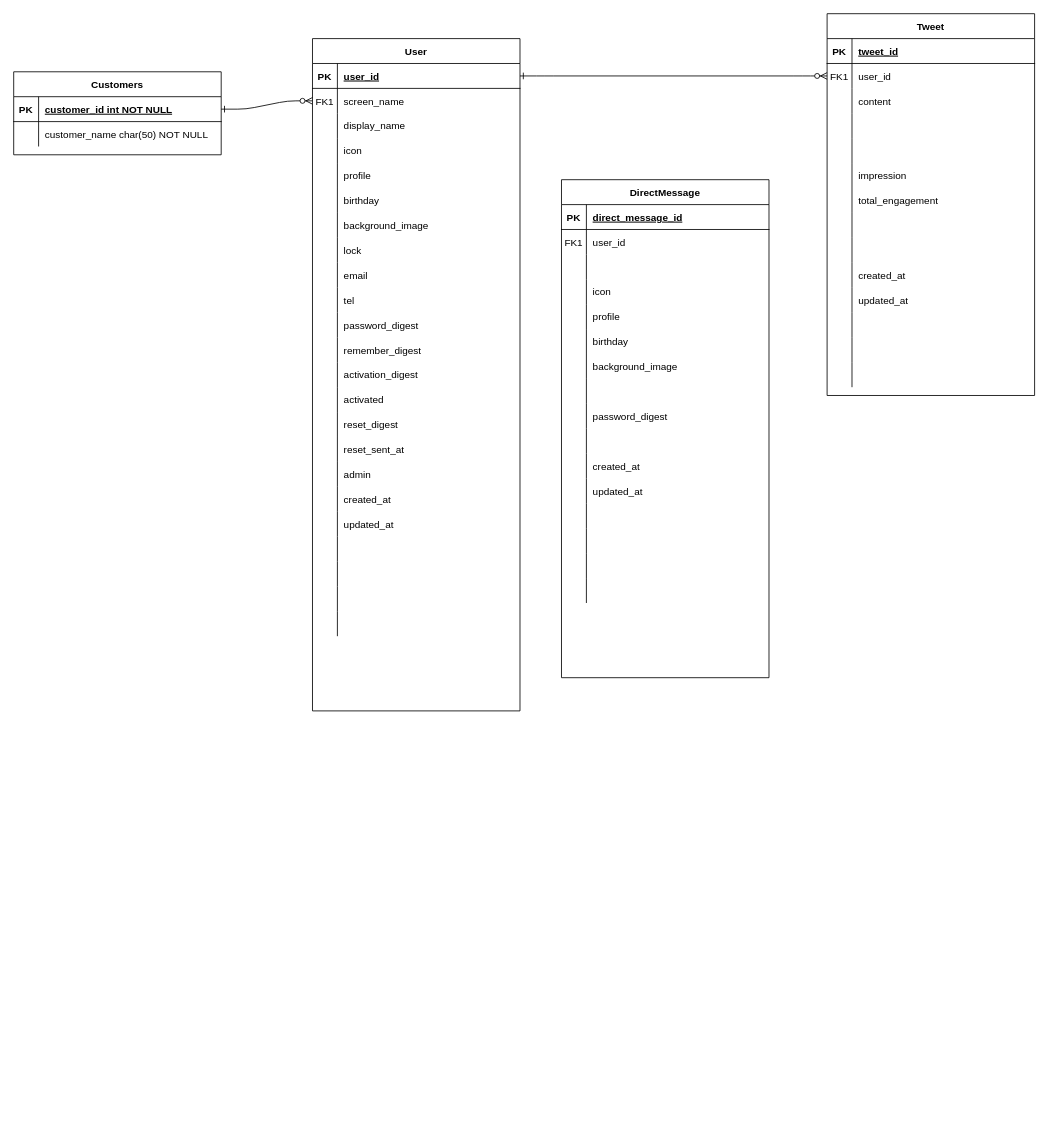
Above: twitter.drawio in universato/boot (draw.io), before the change. Source tidied: cells renumbered, new cells numbered last; positions are measured from the earlier drawing's top-left corner, leaving out a move shared by most shapes. Both pictures are drawn from the tidied source at 83%, with x=0, y=0 at pixel (13, 13).
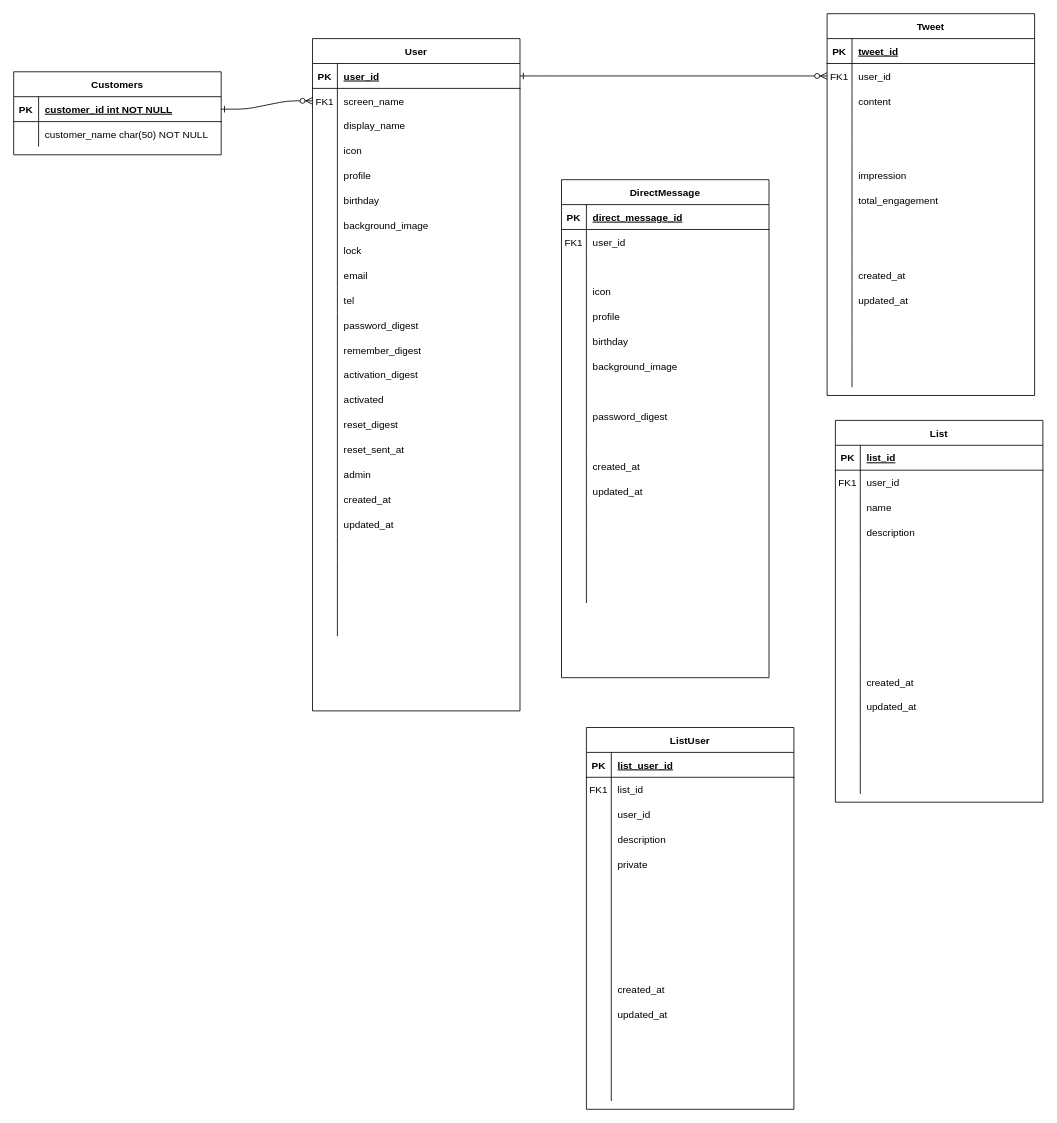
Above is the later version.

Commit message:
Update twitter.drawio about list

Change to the diagram source:
```diff
@@
+    <mxCell id="173" value="List" style="shape=table;startSize=30;childLayout=tableLayout;rowLines=0;fontStyle=1;align=center;" parent="1" vertex="1">
+      <mxGeometry x="990" y="490" width="250" height="460" as="geometry" />
+    </mxCell>
+    <mxCell id="174" style="shape=partialRectangle;fillColor=none;top=0;left=0;right=0;bottom=1;" parent="173" vertex="1">
+      <mxGeometry y="30" width="250" height="30" as="geometry" />
+    </mxCell>
+    <mxCell id="175" value="PK" style="shape=partialRectangle;overflow=hidden;fillColor=none;top=0;left=0;bottom=0;right=0;fontStyle=1;" parent="174" vertex="1">
+      <mxGeometry width="30" height="30" as="geometry" />
+    </mxCell>
+    <mxCell id="176" value="list_id" style="shape=partialRectangle;overflow=hidden;fillColor=none;top=0;left=0;bottom=0;right=0;align=left;spacingLeft=6;fontStyle=5;" parent="174" vertex="1">
+      <mxGeometry x="30" width="220" height="30" as="geometry" />
+    </mxCell>
+    <mxCell id="177" style="shape=partialRectangle;fillColor=none;top=0;left=0;right=0;bottom=0;" parent="173" vertex="1">
+      <mxGeometry y="60" width="250" height="30" as="geometry" />
+    </mxCell>
+    <mxCell id="178" value="FK1" style="shape=partialRectangle;overflow=hidden;fillColor=none;top=0;left=0;bottom=0;right=0;" parent="177" vertex="1">
+      <mxGeometry width="30" height="30" as="geometry" />
+    </mxCell>
+    <mxCell id="179" value="user_id" style="shape=partialRectangle;overflow=hidden;fillColor=none;top=0;left=0;bottom=0;right=0;align=left;spacingLeft=6;" parent="177" vertex="1">
+      <mxGeometry x="30" width="220" height="30" as="geometry" />
+    </mxCell>
+    <mxCell id="180" style="shape=partialRectangle;fillColor=none;top=0;left=0;right=0;bottom=0;" parent="173" vertex="1">
+      <mxGeometry y="90" width="250" height="30" as="geometry" />
+    </mxCell>
+    <mxCell id="181" style="shape=partialRectangle;overflow=hidden;fillColor=none;top=0;left=0;bottom=0;right=0;" parent="180" vertex="1">
+      <mxGeometry width="30" height="30" as="geometry" />
+    </mxCell>
+    <mxCell id="182" value="name" style="shape=partialRectangle;overflow=hidden;fillColor=none;top=0;left=0;bottom=0;right=0;align=left;spacingLeft=6;" parent="180" vertex="1">
+      <mxGeometry x="30" width="220" height="30" as="geometry" />
+    </mxCell>
+    <mxCell id="183" style="shape=partialRectangle;fillColor=none;top=0;left=0;right=0;bottom=0;" parent="173" vertex="1">
+      <mxGeometry y="120" width="250" height="30" as="geometry" />
+    </mxCell>
+    <mxCell id="184" style="shape=partialRectangle;overflow=hidden;fillColor=none;top=0;left=0;bottom=0;right=0;" parent="183" vertex="1">
+      <mxGeometry width="30" height="30" as="geometry" />
+    </mxCell>
+    <mxCell id="185" value="description" style="shape=partialRectangle;overflow=hidden;fillColor=none;top=0;left=0;bottom=0;right=0;align=left;spacingLeft=6;" parent="183" vertex="1">
+      <mxGeometry x="30" width="220" height="30" as="geometry" />
+    </mxCell>
+    <mxCell id="186" style="shape=partialRectangle;fillColor=none;top=0;left=0;right=0;bottom=0;" parent="173" vertex="1">
+      <mxGeometry y="150" width="250" height="30" as="geometry" />
+    </mxCell>
+    <mxCell id="187" style="shape=partialRectangle;overflow=hidden;fillColor=none;top=0;left=0;bottom=0;right=0;" parent="186" vertex="1">
+      <mxGeometry width="30" height="30" as="geometry" />
+    </mxCell>
+    <mxCell id="188" style="shape=partialRectangle;overflow=hidden;fillColor=none;top=0;left=0;bottom=0;right=0;align=left;spacingLeft=6;" parent="186" vertex="1">
+      <mxGeometry x="30" width="220" height="30" as="geometry" />
+    </mxCell>
+    <mxCell id="189" style="shape=partialRectangle;fillColor=none;top=0;left=0;right=0;bottom=0;" parent="173" vertex="1">
+      <mxGeometry y="180" width="250" height="30" as="geometry" />
+    </mxCell>
+    <mxCell id="190" style="shape=partialRectangle;overflow=hidden;fillColor=none;top=0;left=0;bottom=0;right=0;" parent="189" vertex="1">
+      <mxGeometry width="30" height="30" as="geometry" />
+    </mxCell>
+    <mxCell id="191" style="shape=partialRectangle;overflow=hidden;fillColor=none;top=0;left=0;bottom=0;right=0;align=left;spacingLeft=6;" parent="189" vertex="1">
+      <mxGeometry x="30" width="220" height="30" as="geometry" />
+    </mxCell>
+    <mxCell id="192" style="shape=partialRectangle;fillColor=none;top=0;left=0;right=0;bottom=0;" parent="173" vertex="1">
+      <mxGeometry y="210" width="250" height="30" as="geometry" />
+    </mxCell>
+    <mxCell id="193" style="shape=partialRectangle;overflow=hidden;fillColor=none;top=0;left=0;bottom=0;right=0;" parent="192" vertex="1">
+      <mxGeometry width="30" height="30" as="geometry" />
+    </mxCell>
+    <mxCell id="194" style="shape=partialRectangle;overflow=hidden;fillColor=none;top=0;left=0;bottom=0;right=0;align=left;spacingLeft=6;" parent="192" vertex="1">
+      <mxGeometry x="30" width="220" height="30" as="geometry" />
+    </mxCell>
+    <mxCell id="195" style="shape=partialRectangle;fillColor=none;top=0;left=0;right=0;bottom=0;" parent="173" vertex="1">
+      <mxGeometry y="240" width="250" height="30" as="geometry" />
+    </mxCell>
+    <mxCell id="196" style="shape=partialRectangle;overflow=hidden;fillColor=none;top=0;left=0;bottom=0;right=0;" parent="195" vertex="1">
+      <mxGeometry width="30" height="30" as="geometry" />
+    </mxCell>
+    <mxCell id="197" style="shape=partialRectangle;overflow=hidden;fillColor=none;top=0;left=0;bottom=0;right=0;align=left;spacingLeft=6;" parent="195" vertex="1">
+      <mxGeometry x="30" width="220" height="30" as="geometry" />
+    </mxCell>
+    <mxCell id="198" style="shape=partialRectangle;fillColor=none;top=0;left=0;right=0;bottom=0;" parent="173" vertex="1">
+      <mxGeometry y="270" width="250" height="30" as="geometry" />
+    </mxCell>
+    <mxCell id="199" style="shape=partialRectangle;overflow=hidden;fillColor=none;top=0;left=0;bottom=0;right=0;" parent="198" vertex="1">
+      <mxGeometry width="30" height="30" as="geometry" />
+    </mxCell>
+    <mxCell id="200" style="shape=partialRectangle;overflow=hidden;fillColor=none;top=0;left=0;bottom=0;right=0;align=left;spacingLeft=6;" parent="198" vertex="1">
+      <mxGeometry x="30" width="220" height="30" as="geometry" />
+    </mxCell>
+    <mxCell id="201" style="shape=partialRectangle;fillColor=none;top=0;left=0;right=0;bottom=0;" parent="173" vertex="1">
+      <mxGeometry y="300" width="250" height="30" as="geometry" />
+    </mxCell>
+    <mxCell id="202" style="shape=partialRectangle;overflow=hidden;fillColor=none;top=0;left=0;bottom=0;right=0;" parent="201" vertex="1">
+      <mxGeometry width="30" height="30" as="geometry" />
+    </mxCell>
+    <mxCell id="203" value="created_at" style="shape=partialRectangle;overflow=hidden;fillColor=none;top=0;left=0;bottom=0;right=0;align=left;spacingLeft=6;" parent="201" vertex="1">
+      <mxGeometry x="30" width="220" height="30" as="geometry" />
+    </mxCell>
+    <mxCell id="204" style="shape=partialRectangle;fillColor=none;top=0;left=0;right=0;bottom=0;" parent="173" vertex="1">
+      <mxGeometry y="330" width="250" height="30" as="geometry" />
+    </mxCell>
+    <mxCell id="205" style="shape=partialRectangle;overflow=hidden;fillColor=none;top=0;left=0;bottom=0;right=0;" parent="204" vertex="1">
+      <mxGeometry width="30" height="30" as="geometry" />
+    </mxCell>
+    <mxCell id="206" value="updated_at" style="shape=partialRectangle;overflow=hidden;fillColor=none;top=0;left=0;bottom=0;right=0;align=left;spacingLeft=6;" parent="204" vertex="1">
+      <mxGeometry x="30" width="220" height="30" as="geometry" />
+    </mxCell>
+    <mxCell id="207" style="shape=partialRectangle;fillColor=none;top=0;left=0;right=0;bottom=0;" parent="173" vertex="1">
+      <mxGeometry y="360" width="250" height="30" as="geometry" />
+    </mxCell>
+    <mxCell id="208" style="shape=partialRectangle;overflow=hidden;fillColor=none;top=0;left=0;bottom=0;right=0;" parent="207" vertex="1">
+      <mxGeometry width="30" height="30" as="geometry" />
+    </mxCell>
+    <mxCell id="209" style="shape=partialRectangle;overflow=hidden;fillColor=none;top=0;left=0;bottom=0;right=0;align=left;spacingLeft=6;" parent="207" vertex="1">
+      <mxGeometry x="30" width="220" height="30" as="geometry" />
+    </mxCell>
+    <mxCell id="210" style="shape=partialRectangle;fillColor=none;top=0;left=0;right=0;bottom=0;" parent="173" vertex="1">
+      <mxGeometry y="390" width="250" height="30" as="geometry" />
+    </mxCell>
+    <mxCell id="211" style="shape=partialRectangle;overflow=hidden;fillColor=none;top=0;left=0;bottom=0;right=0;" parent="210" vertex="1">
+      <mxGeometry width="30" height="30" as="geometry" />
+    </mxCell>
+    <mxCell id="212" style="shape=partialRectangle;overflow=hidden;fillColor=none;top=0;left=0;bottom=0;right=0;align=left;spacingLeft=6;" parent="210" vertex="1">
+      <mxGeometry x="30" width="220" height="30" as="geometry" />
+    </mxCell>
+    <mxCell id="213" style="shape=partialRectangle;fillColor=none;top=0;left=0;right=0;bottom=0;" parent="173" vertex="1">
+      <mxGeometry y="420" width="250" height="30" as="geometry" />
+    </mxCell>
+    <mxCell id="214" style="shape=partialRectangle;overflow=hidden;fillColor=none;top=0;left=0;bottom=0;right=0;" parent="213" vertex="1">
+      <mxGeometry width="30" height="30" as="geometry" />
+    </mxCell>
+    <mxCell id="215" style="shape=partialRectangle;overflow=hidden;fillColor=none;top=0;left=0;bottom=0;right=0;align=left;spacingLeft=6;" parent="213" vertex="1">
+      <mxGeometry x="30" width="220" height="30" as="geometry" />
+    </mxCell>
+    <mxCell id="216" value="ListUser" style="shape=table;startSize=30;childLayout=tableLayout;rowLines=0;fontStyle=1;align=center;" parent="1" vertex="1">
+      <mxGeometry x="690" y="860" width="250" height="460" as="geometry" />
+    </mxCell>
+    <mxCell id="217" style="shape=partialRectangle;fillColor=none;top=0;left=0;right=0;bottom=1;" parent="216" vertex="1">
+      <mxGeometry y="30" width="250" height="30" as="geometry" />
+    </mxCell>
+    <mxCell id="218" value="PK" style="shape=partialRectangle;overflow=hidden;fillColor=none;top=0;left=0;bottom=0;right=0;fontStyle=1;" parent="217" vertex="1">
+      <mxGeometry width="30" height="30" as="geometry" />
+    </mxCell>
+    <mxCell id="219" value="list_user_id" style="shape=partialRectangle;overflow=hidden;fillColor=none;top=0;left=0;bottom=0;right=0;align=left;spacingLeft=6;fontStyle=5;" parent="217" vertex="1">
+      <mxGeometry x="30" width="220" height="30" as="geometry" />
+    </mxCell>
+    <mxCell id="220" style="shape=partialRectangle;fillColor=none;top=0;left=0;right=0;bottom=0;" parent="216" vertex="1">
+      <mxGeometry y="60" width="250" height="30" as="geometry" />
+    </mxCell>
+    <mxCell id="221" value="FK1" style="shape=partialRectangle;overflow=hidden;fillColor=none;top=0;left=0;bottom=0;right=0;" parent="220" vertex="1">
+      <mxGeometry width="30" height="30" as="geometry" />
+    </mxCell>
+    <mxCell id="222" value="list_id" style="shape=partialRectangle;overflow=hidden;fillColor=none;top=0;left=0;bottom=0;right=0;align=left;spacingLeft=6;" parent="220" vertex="1">
+      <mxGeometry x="30" width="220" height="30" as="geometry" />
+    </mxCell>
+    <mxCell id="223" style="shape=partialRectangle;fillColor=none;top=0;left=0;right=0;bottom=0;" parent="216" vertex="1">
+      <mxGeometry y="90" width="250" height="30" as="geometry" />
+    </mxCell>
+    <mxCell id="224" style="shape=partialRectangle;overflow=hidden;fillColor=none;top=0;left=0;bottom=0;right=0;" parent="223" vertex="1">
+      <mxGeometry width="30" height="30" as="geometry" />
+    </mxCell>
+    <mxCell id="225" value="user_id" style="shape=partialRectangle;overflow=hidden;fillColor=none;top=0;left=0;bottom=0;right=0;align=left;spacingLeft=6;" parent="223" vertex="1">
+      <mxGeometry x="30" width="220" height="30" as="geometry" />
+    </mxCell>
+    <mxCell id="226" style="shape=partialRectangle;fillColor=none;top=0;left=0;right=0;bottom=0;" parent="216" vertex="1">
+      <mxGeometry y="120" width="250" height="30" as="geometry" />
+    </mxCell>
+    <mxCell id="227" style="shape=partialRectangle;overflow=hidden;fillColor=none;top=0;left=0;bottom=0;right=0;" parent="226" vertex="1">
+      <mxGeometry width="30" height="30" as="geometry" />
+    </mxCell>
+    <mxCell id="228" value="description" style="shape=partialRectangle;overflow=hidden;fillColor=none;top=0;left=0;bottom=0;right=0;align=left;spacingLeft=6;" parent="226" vertex="1">
+      <mxGeometry x="30" width="220" height="30" as="geometry" />
+    </mxCell>
+    <mxCell id="229" style="shape=partialRectangle;fillColor=none;top=0;left=0;right=0;bottom=0;" parent="216" vertex="1">
+      <mxGeometry y="150" width="250" height="30" as="geometry" />
+    </mxCell>
+    <mxCell id="230" style="shape=partialRectangle;overflow=hidden;fillColor=none;top=0;left=0;bottom=0;right=0;" parent="229" vertex="1">
+      <mxGeometry width="30" height="30" as="geometry" />
+    </mxCell>
+    <mxCell id="231" value="private" style="shape=partialRectangle;overflow=hidden;fillColor=none;top=0;left=0;bottom=0;right=0;align=left;spacingLeft=6;" parent="229" vertex="1">
+      <mxGeometry x="30" width="220" height="30" as="geometry" />
+    </mxCell>
+    <mxCell id="232" style="shape=partialRectangle;fillColor=none;top=0;left=0;right=0;bottom=0;" parent="216" vertex="1">
+      <mxGeometry y="180" width="250" height="30" as="geometry" />
+    </mxCell>
+    <mxCell id="233" style="shape=partialRectangle;overflow=hidden;fillColor=none;top=0;left=0;bottom=0;right=0;" parent="232" vertex="1">
+      <mxGeometry width="30" height="30" as="geometry" />
+    </mxCell>
+    <mxCell id="234" style="shape=partialRectangle;overflow=hidden;fillColor=none;top=0;left=0;bottom=0;right=0;align=left;spacingLeft=6;" parent="232" vertex="1">
+      <mxGeometry x="30" width="220" height="30" as="geometry" />
+    </mxCell>
+    <mxCell id="235" style="shape=partialRectangle;fillColor=none;top=0;left=0;right=0;bottom=0;" parent="216" vertex="1">
+      <mxGeometry y="210" width="250" height="30" as="geometry" />
+    </mxCell>
+    <mxCell id="236" style="shape=partialRectangle;overflow=hidden;fillColor=none;top=0;left=0;bottom=0;right=0;" parent="235" vertex="1">
+      <mxGeometry width="30" height="30" as="geometry" />
+    </mxCell>
+    <mxCell id="237" style="shape=partialRectangle;overflow=hidden;fillColor=none;top=0;left=0;bottom=0;right=0;align=left;spacingLeft=6;" parent="235" vertex="1">
+      <mxGeometry x="30" width="220" height="30" as="geometry" />
+    </mxCell>
+    <mxCell id="238" style="shape=partialRectangle;fillColor=none;top=0;left=0;right=0;bottom=0;" parent="216" vertex="1">
+      <mxGeometry y="240" width="250" height="30" as="geometry" />
+    </mxCell>
+    <mxCell id="239" style="shape=partialRectangle;overflow=hidden;fillColor=none;top=0;left=0;bottom=0;right=0;" parent="238" vertex="1">
+      <mxGeometry width="30" height="30" as="geometry" />
+    </mxCell>
+    <mxCell id="240" style="shape=partialRectangle;overflow=hidden;fillColor=none;top=0;left=0;bottom=0;right=0;align=left;spacingLeft=6;" parent="238" vertex="1">
+      <mxGeometry x="30" width="220" height="30" as="geometry" />
+    </mxCell>
+    <mxCell id="241" style="shape=partialRectangle;fillColor=none;top=0;left=0;right=0;bottom=0;" parent="216" vertex="1">
+      <mxGeometry y="270" width="250" height="30" as="geometry" />
+    </mxCell>
+    <mxCell id="242" style="shape=partialRectangle;overflow=hidden;fillColor=none;top=0;left=0;bottom=0;right=0;" parent="241" vertex="1">
+      <mxGeometry width="30" height="30" as="geometry" />
+    </mxCell>
+    <mxCell id="243" style="shape=partialRectangle;overflow=hidden;fillColor=none;top=0;left=0;bottom=0;right=0;align=left;spacingLeft=6;" parent="241" vertex="1">
+      <mxGeometry x="30" width="220" height="30" as="geometry" />
+    </mxCell>
+    <mxCell id="244" style="shape=partialRectangle;fillColor=none;top=0;left=0;right=0;bottom=0;" parent="216" vertex="1">
+      <mxGeometry y="300" width="250" height="30" as="geometry" />
+    </mxCell>
+    <mxCell id="245" style="shape=partialRectangle;overflow=hidden;fillColor=none;top=0;left=0;bottom=0;right=0;" parent="244" vertex="1">
+      <mxGeometry width="30" height="30" as="geometry" />
+    </mxCell>
+    <mxCell id="246" value="created_at" style="shape=partialRectangle;overflow=hidden;fillColor=none;top=0;left=0;bottom=0;right=0;align=left;spacingLeft=6;" parent="244" vertex="1">
+      <mxGeometry x="30" width="220" height="30" as="geometry" />
+    </mxCell>
+    <mxCell id="247" style="shape=partialRectangle;fillColor=none;top=0;left=0;right=0;bottom=0;" parent="216" vertex="1">
+      <mxGeometry y="330" width="250" height="30" as="geometry" />
+    </mxCell>
+    <mxCell id="248" style="shape=partialRectangle;overflow=hidden;fillColor=none;top=0;left=0;bottom=0;right=0;" parent="247" vertex="1">
+      <mxGeometry width="30" height="30" as="geometry" />
+    </mxCell>
+    <mxCell id="249" value="updated_at" style="shape=partialRectangle;overflow=hidden;fillColor=none;top=0;left=0;bottom=0;right=0;align=left;spacingLeft=6;" parent="247" vertex="1">
+      <mxGeometry x="30" width="220" height="30" as="geometry" />
+    </mxCell>
+    <mxCell id="250" style="shape=partialRectangle;fillColor=none;top=0;left=0;right=0;bottom=0;" parent="216" vertex="1">
+      <mxGeometry y="360" width="250" height="30" as="geometry" />
+    </mxCell>
+    <mxCell id="251" style="shape=partialRectangle;overflow=hidden;fillColor=none;top=0;left=0;bottom=0;right=0;" parent="250" vertex="1">
+      <mxGeometry width="30" height="30" as="geometry" />
+    </mxCell>
+    <mxCell id="252" style="shape=partialRectangle;overflow=hidden;fillColor=none;top=0;left=0;bottom=0;right=0;align=left;spacingLeft=6;" parent="250" vertex="1">
+      <mxGeometry x="30" width="220" height="30" as="geometry" />
+    </mxCell>
+    <mxCell id="253" style="shape=partialRectangle;fillColor=none;top=0;left=0;right=0;bottom=0;" parent="216" vertex="1">
+      <mxGeometry y="390" width="250" height="30" as="geometry" />
+    </mxCell>
+    <mxCell id="254" style="shape=partialRectangle;overflow=hidden;fillColor=none;top=0;left=0;bottom=0;right=0;" parent="253" vertex="1">
+      <mxGeometry width="30" height="30" as="geometry" />
+    </mxCell>
+    <mxCell id="255" style="shape=partialRectangle;overflow=hidden;fillColor=none;top=0;left=0;bottom=0;right=0;align=left;spacingLeft=6;" parent="253" vertex="1">
+      <mxGeometry x="30" width="220" height="30" as="geometry" />
+    </mxCell>
+    <mxCell id="256" style="shape=partialRectangle;fillColor=none;top=0;left=0;right=0;bottom=0;" parent="216" vertex="1">
+      <mxGeometry y="420" width="250" height="30" as="geometry" />
+    </mxCell>
+    <mxCell id="257" style="shape=partialRectangle;overflow=hidden;fillColor=none;top=0;left=0;bottom=0;right=0;" parent="256" vertex="1">
+      <mxGeometry width="30" height="30" as="geometry" />
+    </mxCell>
+    <mxCell id="258" style="shape=partialRectangle;overflow=hidden;fillColor=none;top=0;left=0;bottom=0;right=0;align=left;spacingLeft=6;" parent="256" vertex="1">
+      <mxGeometry x="30" width="220" height="30" as="geometry" />
+    </mxCell>
```
